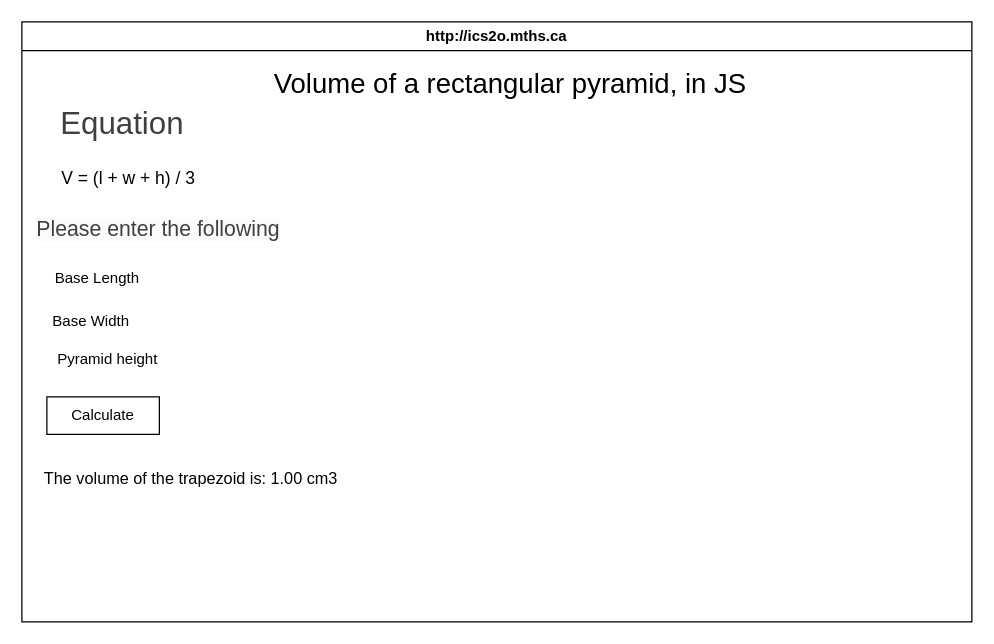
This is design/storyboard.drawio from MTHS-ICD2O-1-2024/ICD2O-Unit-3-02-Devin-boucher, a draw.io file, before an edit. Source tidied: cells renumbered, new cells numbered last; positions are measured from the earlier drawing's top-left corner, leaving out a move shared by most shapes. Both pictures are drawn from the tidied source at 125%, with x=0, y=0 at pixel (21, 21).
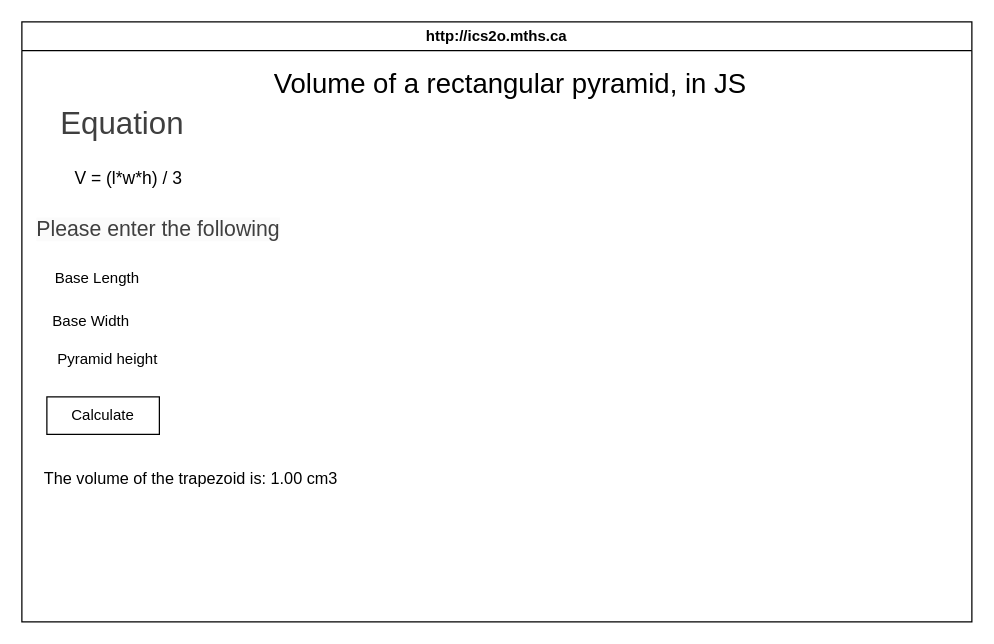
After the change.

Change to the diagram source:
```diff
@@
 <mxGraphModel>
   <root>
     <mxCell id="0" />
     <mxCell id="1" parent="0" />
     <mxCell id="2" value="http://ics2o.mths.ca" style="swimlane;whiteSpace=wrap;html=1;" parent="1" vertex="1">
       <mxGeometry width="760" height="480" as="geometry" />
     </mxCell>
     <mxCell id="3" value="&lt;span style=&quot;color: rgb(63, 63, 63); font-size: 25px;&quot;&gt;Equation&lt;/span&gt;" style="text;html=1;align=center;verticalAlign=middle;strokeColor=none;fillColor=none;fontSize=21;" parent="2" vertex="1">
       <mxGeometry x="20" y="60" width="120" height="40" as="geometry" />
     </mxCell>
-    <mxCell id="4" value="&lt;font style=&quot;font-size: 14px;&quot;&gt;V = (l + w + h) / 3&lt;/font&gt;" style="text;html=1;align=center;verticalAlign=middle;strokeColor=none;fillColor=none;" parent="2" vertex="1">
-      <mxGeometry x="20" y="110" width="130" height="30" as="geometry" />
+    <mxCell id="4" value="&lt;font style=&quot;font-size: 14px;&quot;&gt;V = (l*w*h) / 3&lt;/font&gt;" style="text;html=1;align=center;verticalAlign=middle;strokeColor=none;fillColor=none;" parent="2" vertex="1">
+      <mxGeometry x="30" y="110" width="110" height="30" as="geometry" />
     </mxCell>
     <mxCell id="5" value="&lt;div style=&quot;text-align: center;&quot;&gt;&lt;span style=&quot;background-color: transparent; text-wrap-mode: nowrap;&quot;&gt;&lt;font style=&quot;font-size: 22px;&quot;&gt;Volume of a rectangular pyramid, in JS&lt;/font&gt;&lt;/span&gt;&lt;/div&gt;" style="text;whiteSpace=wrap;html=1;" parent="2" vertex="1">
       <mxGeometry x="200" y="30" width="230" height="40" as="geometry" />
     </mxCell>
     <mxCell id="6" value="&lt;span style=&quot;color: rgb(63, 63, 63); font-family: Helvetica; font-size: 17px; font-style: normal; font-variant-ligatures: normal; font-variant-caps: normal; font-weight: 400; letter-spacing: normal; orphans: 2; text-align: center; text-indent: 0px; text-transform: none; widows: 2; word-spacing: 0px; -webkit-text-stroke-width: 0px; white-space: nowrap; background-color: rgb(251, 251, 251); text-decoration-thickness: initial; text-decoration-style: initial; text-decoration-color: initial; display: inline !important; float: none;&quot;&gt;Please enter the following&lt;/span&gt;" style="text;whiteSpace=wrap;html=1;" parent="2" vertex="1">
       <mxGeometry x="10" y="150" width="230" height="40" as="geometry" />
     </mxCell>
     <mxCell id="7" value="Base Length" style="text;html=1;align=center;verticalAlign=middle;strokeColor=none;fillColor=none;" parent="2" vertex="1">
       <mxGeometry x="15" y="190" width="90" height="30" as="geometry" />
     </mxCell>
     <mxCell id="8" value="&lt;span style=&quot;color: rgb(0, 0, 0);&quot;&gt;Base&amp;nbsp;Width&lt;/span&gt;" style="text;html=1;align=center;verticalAlign=middle;strokeColor=none;fillColor=none;" parent="2" vertex="1">
       <mxGeometry x="15" y="225" width="80" height="30" as="geometry" />
     </mxCell>
     <mxCell id="9" value="&lt;span style=&quot;color: rgb(0, 0, 0);&quot;&gt;Pyramid height&amp;nbsp;&lt;/span&gt;" style="text;html=1;align=center;verticalAlign=middle;strokeColor=none;fillColor=none;" parent="2" vertex="1">
       <mxGeometry x="15" y="255" width="110" height="30" as="geometry" />
     </mxCell>
     <mxCell id="10" value="Calculate" style="whiteSpace=wrap;html=1;" parent="2" vertex="1">
       <mxGeometry x="20" y="300" width="90" height="30" as="geometry" />
     </mxCell>
     <mxCell id="11" value="The volume of the trapezoid is: 1.00 cm3" style="text;html=1;align=center;verticalAlign=middle;strokeColor=none;fillColor=none;fontSize=13;" parent="2" vertex="1">
       <mxGeometry x="5" y="350" width="260" height="30" as="geometry" />
     </mxCell>
-    <mxCell id="12" value="&lt;span style=&quot;font-family: monospace; font-size: 0px; text-align: start;&quot;&gt;V&lt;/span&gt;" style="text;html=1;align=center;verticalAlign=middle;strokeColor=none;fillColor=none;" parent="1" vertex="1">
-      <mxGeometry x="80" y="108" width="20" height="30" as="geometry" />
-    </mxCell>
   </root>
 </mxGraphModel>
```
